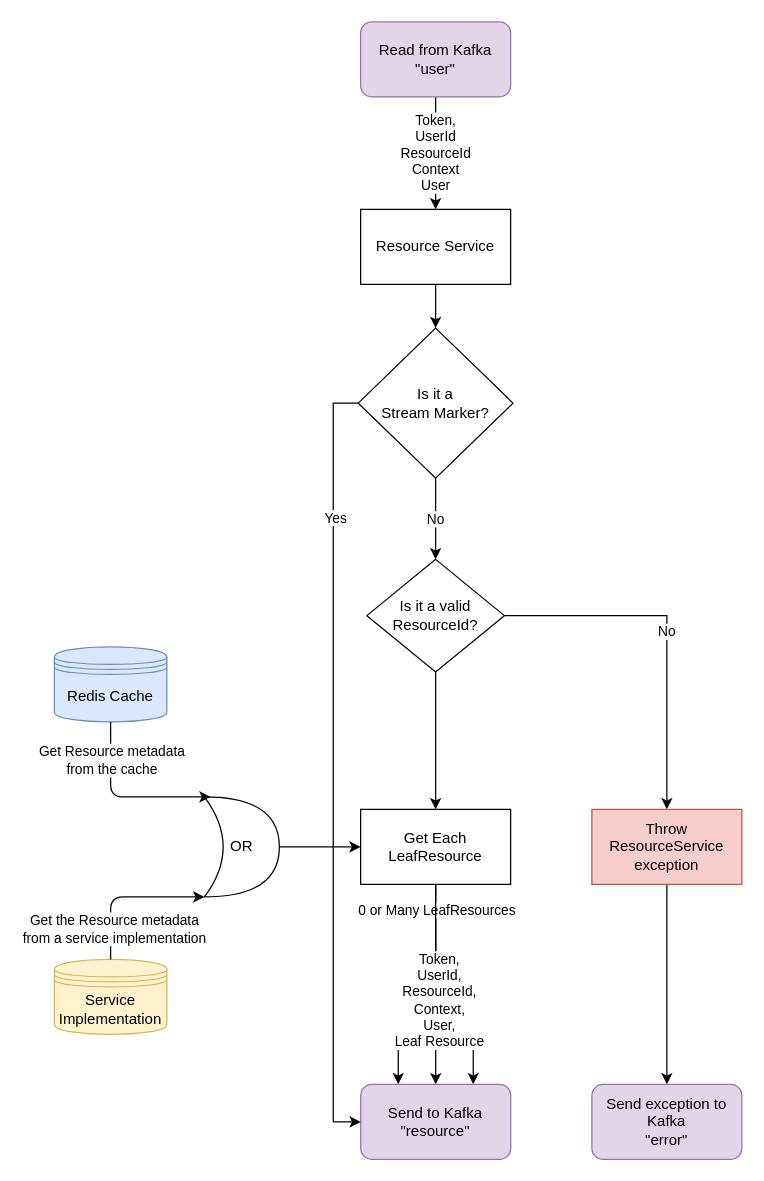
Above: resource-service/doc/resource-service.drawio in gchq/Palisade-services (draw.io), before the change. Source tidied: cells renumbered, new cells numbered last; positions are measured from the earlier drawing's top-left corner, leaving out a move shared by most shapes. Both pictures are drawn from the tidied source at 125%, with x=0, y=0 at pixel (54, 21).
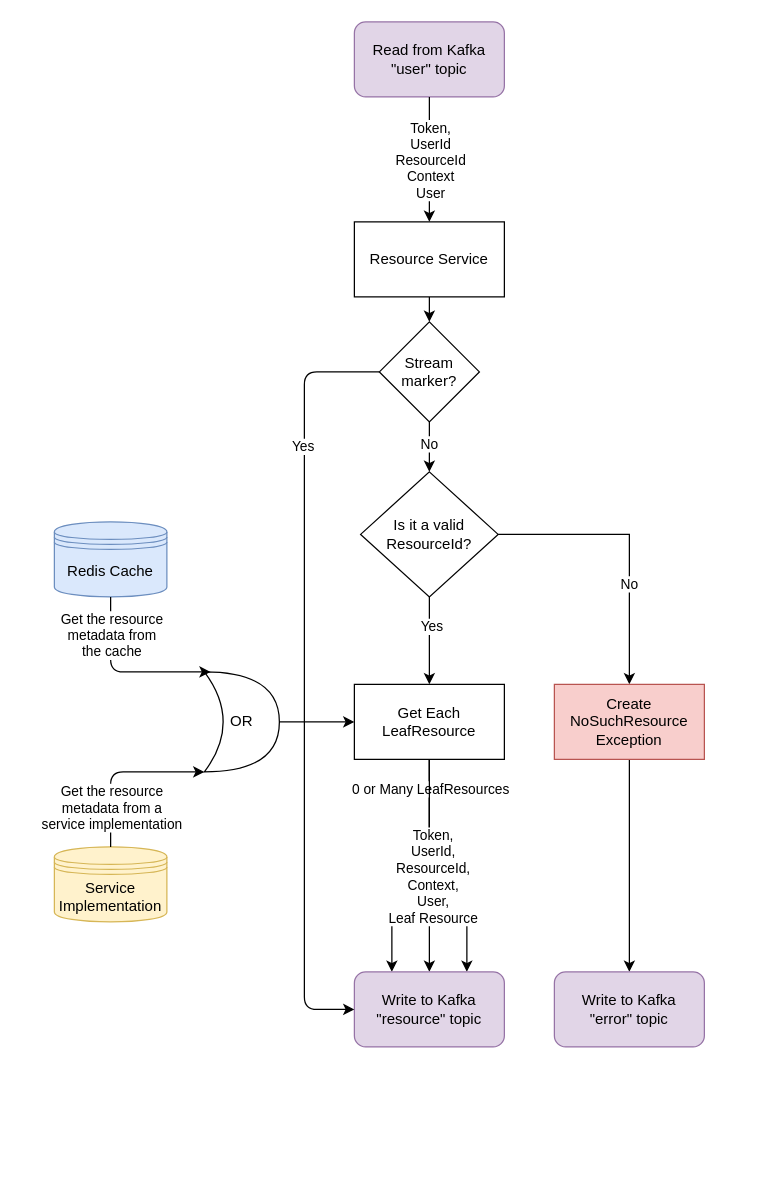
The same page after the edit.

Unchanged cells that the change refers to:
```xml
<mxCell id="7" style="edgeStyle=orthogonalEdgeStyle;rounded=0;jettySize=auto;html=1;" parent="1" edge="1" source="9" target="14">
  <mxGeometry relative="1" as="geometry" />
</mxCell>
<mxCell id="12" style="edgeStyle=orthogonalEdgeStyle;rounded=0;jettySize=auto;html=1;exitX=0.5;exitY=1;exitDx=0;exitDy=0;entryX=0.5;entryY=0;entryDx=0;entryDy=0;" parent="1" edge="1" source="14" target="18">
  <mxGeometry relative="1" as="geometry" />
</mxCell>
```

The edit, as a diff of the source:
```diff
@@
-    <mxCell id="5" style="edgeStyle=orthogonalEdgeStyle;rounded=0;jettySize=auto;html=1;exitX=0.5;exitY=1;exitDx=0;exitDy=0;entryX=0.5;entryY=0;entryDx=0;entryDy=0;" parent="1" edge="1" source="6" target="22">
-      <mxGeometry relative="1" as="geometry" />
-    </mxCell>
     <mxCell id="6" value="Resource Service" style="rounded=0;whiteSpace=wrap;html=1;" parent="1" vertex="1">
-      <mxGeometry x="245" y="150" width="120" height="60" as="geometry" />
+      <mxGeometry x="240" y="160" width="120" height="60" as="geometry" />
     </mxCell>
@@
+    <mxCell id="31" value="Yes" style="edgeLabel;html=1;align=center;verticalAlign=middle;" parent="7" vertex="1">
+      <mxGeometry x="-0.34" y="1" relative="1" as="geometry" />
+    </mxCell>
     <mxCell id="8" value="No" style="edgeStyle=orthogonalEdgeStyle;rounded=0;jettySize=auto;html=1;exitX=1;exitY=0.5;exitDx=0;exitDy=0;" parent="1" edge="1" source="9" target="11">
-      <mxGeometry relative="1" as="geometry" />
+      <mxGeometry x="0.29" relative="1" as="geometry" />
     </mxCell>
     <mxCell id="9" value="Is it a valid ResourceId?" style="rhombus;whiteSpace=wrap;html=1;" parent="1" vertex="1">
-      <mxGeometry x="250" y="430" width="110" height="90" as="geometry" />
+      <mxGeometry x="245" y="360" width="110" height="100" as="geometry" />
     </mxCell>
@@
-    <mxCell id="11" value="Throw ResourceService exception" style="rounded=0;whiteSpace=wrap;html=1;fillColor=#f8cecc;strokeColor=#b85450;" parent="1" vertex="1">
-      <mxGeometry x="430" y="630" width="120" height="60" as="geometry" />
+    <mxCell id="11" value="Create NoSuchResource&lt;br&gt;Exception" style="rounded=0;whiteSpace=wrap;html=1;fillColor=#f8cecc;strokeColor=#b85450;" parent="1" vertex="1">
+      <mxGeometry x="400" y="530" width="120" height="60" as="geometry" />
     </mxCell>
@@
     <mxCell id="13" value="Token,&lt;br&gt;UserId,&lt;br&gt;ResourceId,&lt;br&gt;Context,&lt;br&gt;User,&lt;br&gt;Leaf Resource" style="edgeLabel;html=1;align=center;verticalAlign=middle;" parent="12" vertex="1">
       <mxGeometry x="0.36" y="2" relative="1" as="geometry">
-        <mxPoint y="-16" as="offset" />
+        <mxPoint y="-23" as="offset" />
       </mxGeometry>
     </mxCell>
     <mxCell id="14" value="Get Each LeafResource" style="rounded=0;whiteSpace=wrap;html=1;" parent="1" vertex="1">
-      <mxGeometry x="245" y="630" width="120" height="60" as="geometry" />
+      <mxGeometry x="240" y="530" width="120" height="60" as="geometry" />
     </mxCell>
-    <mxCell id="15" value="&lt;div&gt;&lt;span&gt;Send exception to Kafka&lt;/span&gt;&lt;/div&gt;&lt;div&gt;&lt;span&gt;&quot;error&quot;&lt;br&gt;&lt;/span&gt;&lt;/div&gt;" style="rounded=1;whiteSpace=wrap;html=1;fillColor=#e1d5e7;strokeColor=#9673a6;" parent="1" vertex="1">
-      <mxGeometry x="430" y="850" width="120" height="60" as="geometry" />
+    <mxCell id="15" value="&lt;div&gt;&lt;span&gt;Write to Kafka&lt;/span&gt;&lt;/div&gt;&lt;div&gt;&lt;span&gt;&quot;error&quot; topic&lt;br&gt;&lt;/span&gt;&lt;/div&gt;" style="rounded=1;whiteSpace=wrap;html=1;fillColor=#e1d5e7;strokeColor=#9673a6;" parent="1" vertex="1">
+      <mxGeometry x="400" y="760" width="120" height="60" as="geometry" />
     </mxCell>
-    <mxCell id="16" value="Token,&lt;br&gt;UserId&lt;br&gt;ResourceId&lt;br&gt;Context&lt;br&gt;User" style="edgeStyle=orthogonalEdgeStyle;rounded=0;jettySize=auto;html=1;exitX=0.5;exitY=1;exitDx=0;exitDy=0;entryX=0.5;entryY=0;entryDx=0;entryDy=0;" parent="1" edge="1" source="17" target="6">
-      <mxGeometry relative="1" as="geometry" />
-    </mxCell>
-    <mxCell id="17" value="&lt;div&gt;Read from Kafka&lt;/div&gt;&lt;div&gt;&quot;user&quot;&lt;br&gt;&lt;/div&gt;" style="rounded=1;whiteSpace=wrap;html=1;fillColor=#e1d5e7;strokeColor=#9673a6;" parent="1" vertex="1">
-      <mxGeometry x="245" width="120" height="60" as="geometry" />
+    <mxCell id="17" value="&lt;div&gt;Read from Kafka&lt;/div&gt;&lt;div&gt;&quot;user&quot; topic&lt;br&gt;&lt;/div&gt;" style="rounded=1;whiteSpace=wrap;html=1;fillColor=#e1d5e7;strokeColor=#9673a6;" parent="1" vertex="1">
+      <mxGeometry x="240" width="120" height="60" as="geometry" />
     </mxCell>
-    <mxCell id="18" value="&lt;div&gt;Send to Kafka&lt;/div&gt;&lt;div&gt;&quot;resource&quot;&lt;br&gt;&lt;/div&gt;" style="rounded=1;whiteSpace=wrap;html=1;fillColor=#e1d5e7;strokeColor=#9673a6;" parent="1" vertex="1">
-      <mxGeometry x="245.1" y="850" width="120" height="60" as="geometry" />
+    <mxCell id="18" value="&lt;div&gt;Write to Kafka&lt;/div&gt;&lt;div&gt;&quot;resource&quot; topic&lt;br&gt;&lt;/div&gt;" style="rounded=1;whiteSpace=wrap;html=1;fillColor=#e1d5e7;strokeColor=#9673a6;" parent="1" vertex="1">
+      <mxGeometry x="240" y="760" width="120" height="60" as="geometry" />
     </mxCell>
-    <mxCell id="19" value="No" style="edgeStyle=orthogonalEdgeStyle;rounded=0;jettySize=auto;html=1;exitX=0.5;exitY=1;exitDx=0;exitDy=0;entryX=0.5;entryY=0;entryDx=0;entryDy=0;" parent="1" edge="1" source="22" target="9">
-      <mxGeometry relative="1" as="geometry" />
-    </mxCell>
-    <mxCell id="20" style="edgeStyle=orthogonalEdgeStyle;rounded=0;jettySize=auto;html=1;exitX=0;exitY=0.5;exitDx=0;exitDy=0;entryX=0;entryY=0.5;entryDx=0;entryDy=0;" parent="1" edge="1" source="22" target="18">
-      <mxGeometry relative="1" as="geometry" />
-    </mxCell>
-    <mxCell id="21" value="Yes" style="edgeLabel;html=1;align=center;verticalAlign=middle;" parent="20" vertex="1">
-      <mxGeometry x="-0.64" y="1" relative="1" as="geometry" />
-    </mxCell>
-    <mxCell id="22" value="Is it a &lt;br&gt;Stream Marker?" style="rhombus;whiteSpace=wrap;html=1;" parent="1" vertex="1">
-      <mxGeometry x="243.1" y="245" width="123.8" height="120" as="geometry" />
-    </mxCell>
     <mxCell id="23" value="&lt;div&gt;Redis Cache&lt;/div&gt;" style="shape=datastore;whiteSpace=wrap;html=1;fillColor=#dae8fc;strokeColor=#6c8ebf;" parent="1" vertex="1">
-      <mxGeometry y="500" width="90" height="60" as="geometry" />
+      <mxGeometry y="400" width="90" height="60" as="geometry" />
     </mxCell>
     <mxCell id="24" value="&lt;div&gt;Service Implementation&lt;/div&gt;" style="shape=datastore;whiteSpace=wrap;html=1;fillColor=#fff2cc;strokeColor=#d6b656;" parent="1" vertex="1">
-      <mxGeometry y="750" width="90" height="60" as="geometry" />
+      <mxGeometry y="660" width="90" height="60" as="geometry" />
     </mxCell>
     <mxCell id="25" value="OR" style="shape=xor;whiteSpace=wrap;html=1;" parent="1" vertex="1">
-      <mxGeometry x="120" y="620" width="60" height="80" as="geometry" />
+      <mxGeometry x="120" y="520" width="60" height="80" as="geometry" />
     </mxCell>
     <mxCell id="26" style="endArrow=classic;html=1;exitX=0.5;exitY=1;exitDx=0;exitDy=0;entryX=0.083;entryY=0;entryDx=0;entryDy=0;entryPerimeter=0;" parent="1" edge="1" source="23" target="25">
       <mxGeometry relative="1" as="geometry">
         <Array as="points">
-          <mxPoint x="45" y="620" />
+          <mxPoint x="45" y="520" />
         </Array>
       </mxGeometry>
     </mxCell>
-    <mxCell id="27" value="Get Resource metadata&lt;br&gt;from the cache" style="edgeLabel;html=1;align=center;verticalAlign=middle;" parent="26" vertex="1">
+    <mxCell id="27" value="Get the resource &lt;br&gt;metadata from &lt;br&gt;the cache" style="edgeLabel;html=1;align=center;verticalAlign=middle;" parent="26" vertex="1">
       <mxGeometry x="-0.37" relative="1" as="geometry">
         <mxPoint y="-14" as="offset" />
       </mxGeometry>
     </mxCell>
     <mxCell id="28" style="endArrow=classic;html=1;exitX=0.5;exitY=0;exitDx=0;exitDy=0;entryX=1;entryY=0.5;entryDx=0;entryDy=0;" parent="1" edge="1" source="24">
       <mxGeometry relative="1" as="geometry">
-        <mxPoint x="120" y="700" as="targetPoint" />
+        <mxPoint x="120" y="600" as="targetPoint" />
         <Array as="points">
-          <mxPoint x="45" y="700" />
+          <mxPoint x="45" y="600" />
         </Array>
       </mxGeometry>
     </mxCell>
-    <mxCell id="29" value="Get the Resource metadata&lt;br&gt;from a service implementation" style="edgeLabel;html=1;align=center;verticalAlign=middle;" parent="28" vertex="1">
-      <mxGeometry x="-0.6" y="-2" relative="1" as="geometry" />
+    <mxCell id="29" value="Get the resource &lt;br&gt;metadata from a &lt;br&gt;service implementation" style="edgeLabel;html=1;align=center;verticalAlign=middle;" parent="28" vertex="1">
+      <mxGeometry x="-0.6" y="-2" relative="1" as="geometry">
+        <mxPoint x="-2" y="-5" as="offset" />
+      </mxGeometry>
     </mxCell>
@@
+    <mxCell id="32" value="Stream marker?" style="rhombus;whiteSpace=wrap;html=1;" parent="1" vertex="1">
+      <mxGeometry x="260" y="240" width="80" height="80" as="geometry" />
+    </mxCell>
+    <mxCell id="33" style="endArrow=classic;html=1;exitX=0.5;exitY=1;exitDx=0;exitDy=0;entryX=0.5;entryY=0;entryDx=0;entryDy=0;" parent="1" edge="1" source="17" target="6">
+      <mxGeometry relative="1" as="geometry" />
+    </mxCell>
+    <mxCell id="16" value="Token,&lt;br&gt;UserId&lt;br&gt;ResourceId&lt;br&gt;Context&lt;br&gt;User" style="edgeLabel;html=1;align=center;verticalAlign=middle;" parent="33" vertex="1">
+      <mxGeometry x="-0.22" relative="1" as="geometry">
+        <mxPoint y="11" as="offset" />
+      </mxGeometry>
+    </mxCell>
+    <mxCell id="34" style="endArrow=classic;html=1;entryX=0.5;entryY=0;entryDx=0;entryDy=0;exitX=0.5;exitY=1;exitDx=0;exitDy=0;" parent="1" edge="1" source="6" target="32">
+      <mxGeometry relative="1" as="geometry" />
+    </mxCell>
+    <mxCell id="35" style="endArrow=classic;html=1;entryX=0.5;entryY=0;entryDx=0;entryDy=0;exitX=0.5;exitY=1;exitDx=0;exitDy=0;" parent="1" edge="1" source="32" target="9">
+      <mxGeometry relative="1" as="geometry" />
+    </mxCell>
+    <mxCell id="19" value="No" style="edgeLabel;html=1;align=center;verticalAlign=middle;" parent="35" vertex="1">
+      <mxGeometry x="-0.15" y="-1" relative="1" as="geometry" />
+    </mxCell>
+    <mxCell id="36" style="endArrow=classic;html=1;exitX=0;exitY=0.5;exitDx=0;exitDy=0;entryX=0;entryY=0.5;entryDx=0;entryDy=0;" parent="1" edge="1" source="32" target="18">
+      <mxGeometry relative="1" as="geometry">
+        <Array as="points">
+          <mxPoint x="200" y="280" />
+          <mxPoint x="200" y="790" />
+        </Array>
+      </mxGeometry>
+    </mxCell>
+    <mxCell id="37" value="Yes" style="edgeLabel;html=1;align=center;verticalAlign=middle;" parent="36" vertex="1">
+      <mxGeometry x="-0.61" y="-2" relative="1" as="geometry" />
+    </mxCell>
```
